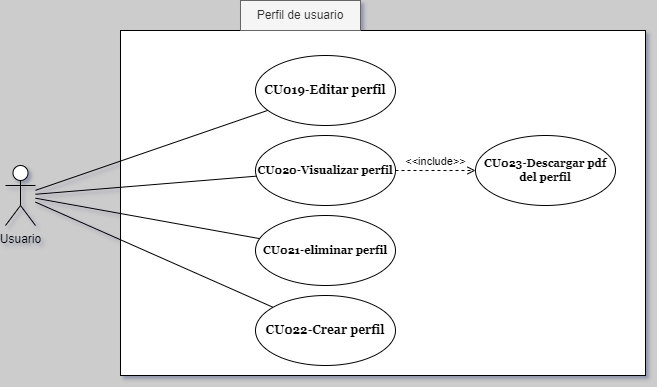
The draw.io diagram DiagraCasosDeUso/PerfilDeUsuario.png in CH3MOO/SpecialityX, before a commit. Source tidied: cells renumbered, new cells last; positions are measured from the earlier drawing's top-left corner, leaving out a move shared by most shapes. Source of this version:
```xml
<mxGraphModel background="#CCCCCC" shadow="1">
  <root>
    <mxCell id="0" />
    <mxCell id="1" parent="0" />
    <mxCell id="2" style="rounded=0;whiteSpace=wrap;html=1;" parent="1" vertex="1">
      <mxGeometry x="115" y="30" width="525" height="345" as="geometry" />
    </mxCell>
    <mxCell id="3" value="Usuario" style="shape=umlActor;verticalLabelPosition=bottom;verticalAlign=top;html=1;" parent="1" vertex="1">
      <mxGeometry y="165" width="30" height="60" as="geometry" />
    </mxCell>
    <mxCell id="4" value="CU022-Crear perfil" style="ellipse;whiteSpace=wrap;html=1;fontFamily=Georgia;fontStyle=1;" parent="1" vertex="1">
      <mxGeometry x="250" y="295" width="140" height="70" as="geometry" />
    </mxCell>
    <mxCell id="5" value="CU019-Editar perfil" style="ellipse;whiteSpace=wrap;html=1;fontFamily=Georgia;fontStyle=1;" parent="1" vertex="1">
      <mxGeometry x="250" y="55" width="140" height="70" as="geometry" />
    </mxCell>
    <mxCell id="6" value="CU021-eliminar perfil" style="ellipse;whiteSpace=wrap;html=1;fontFamily=Georgia;fontStyle=1;fontSize=11;" parent="1" vertex="1">
      <mxGeometry x="250" y="215" width="140" height="70" as="geometry" />
    </mxCell>
    <mxCell id="7" style="endArrow=none;html=1;rounded=0;" parent="1" edge="1" source="3" target="4">
      <mxGeometry relative="1" as="geometry" />
    </mxCell>
    <mxCell id="8" value="CU020-Visualizar perfil" style="ellipse;whiteSpace=wrap;html=1;fontFamily=Georgia;fontStyle=1;fontSize=11;" parent="1" vertex="1">
      <mxGeometry x="250" y="135" width="140" height="70" as="geometry" />
    </mxCell>
    <mxCell id="9" style="endArrow=none;html=1;rounded=0;" parent="1" edge="1" source="3" target="5">
      <mxGeometry relative="1" as="geometry" />
    </mxCell>
    <mxCell id="10" style="endArrow=none;html=1;rounded=0;" parent="1" edge="1" source="3" target="6">
      <mxGeometry relative="1" as="geometry" />
    </mxCell>
    <mxCell id="11" style="endArrow=none;html=1;rounded=0;" parent="1" edge="1" source="3" target="8">
      <mxGeometry relative="1" as="geometry" />
    </mxCell>
    <mxCell id="12" value="Perfil de usuario" style="text;html=1;align=center;verticalAlign=middle;whiteSpace=wrap;rounded=0;fillColor=#f5f5f5;strokeColor=#666666;fontColor=#333333;" parent="1" vertex="1">
      <mxGeometry x="235" width="120" height="30" as="geometry" />
    </mxCell>
    <mxCell id="13" value="CU023-Descargar pdf del perfil" style="ellipse;whiteSpace=wrap;html=1;fontFamily=Georgia;fontStyle=1;fontSize=11;" parent="1" vertex="1">
      <mxGeometry x="470" y="135" width="140" height="70" as="geometry" />
    </mxCell>
    <mxCell id="14" value="&amp;lt;&amp;lt;include&amp;gt;&amp;gt;" style="html=1;verticalAlign=bottom;labelBackgroundColor=none;endArrow=open;endFill=0;dashed=1;rounded=0;" parent="1" edge="1" source="8" target="13">
      <mxGeometry relative="1" as="geometry" />
    </mxCell>
  </root>
</mxGraphModel>
```
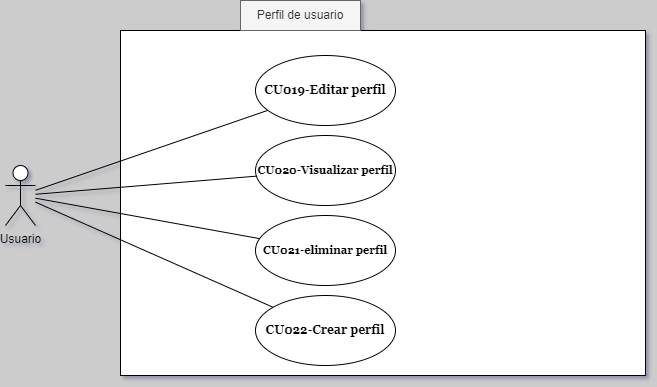
Later version of the same file.

The edit, as a diff of the source:
```diff
@@ -35,11 +35,5 @@
     <mxCell id="12" value="Perfil de usuario" style="text;html=1;align=center;verticalAlign=middle;whiteSpace=wrap;rounded=0;fillColor=#f5f5f5;strokeColor=#666666;fontColor=#333333;" parent="1" vertex="1">
       <mxGeometry x="235" width="120" height="30" as="geometry" />
     </mxCell>
-    <mxCell id="13" value="CU023-Descargar pdf del perfil" style="ellipse;whiteSpace=wrap;html=1;fontFamily=Georgia;fontStyle=1;fontSize=11;" parent="1" vertex="1">
-      <mxGeometry x="470" y="135" width="140" height="70" as="geometry" />
-    </mxCell>
-    <mxCell id="14" value="&amp;lt;&amp;lt;include&amp;gt;&amp;gt;" style="html=1;verticalAlign=bottom;labelBackgroundColor=none;endArrow=open;endFill=0;dashed=1;rounded=0;" parent="1" edge="1" source="8" target="13">
-      <mxGeometry relative="1" as="geometry" />
-    </mxCell>
   </root>
 </mxGraphModel>
```
